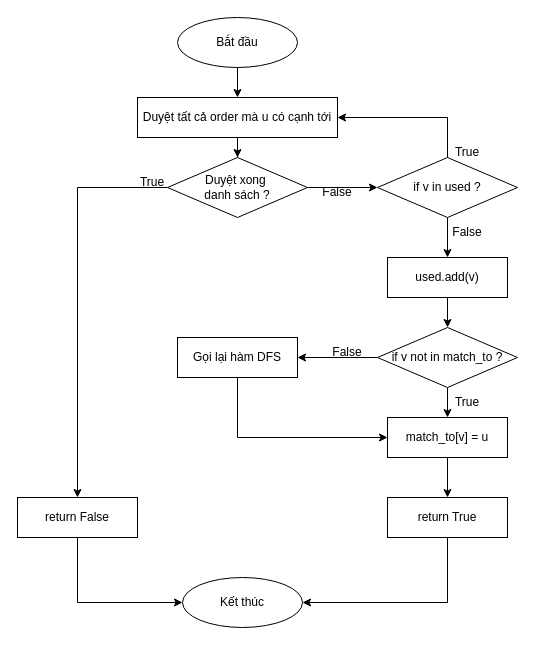
Above: page "Page-2" (2 of 2) of DFS.drawio in 106210049/OOP_excercise (draw.io), before the change. Source tidied: cells renumbered, new cells numbered last; positions are measured from the earlier drawing's top-left corner, leaving out a move shared by most shapes. Both pictures are drawn from the tidied source at 100%, with x=0, y=0 at pixel (17, 17).
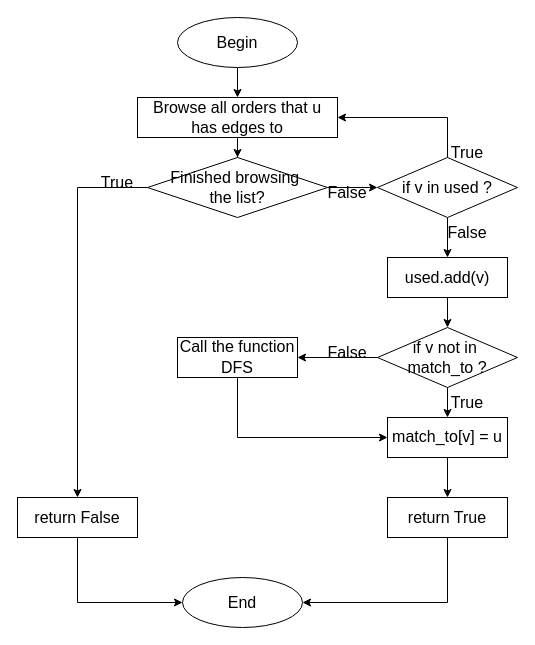
Above is the later version.

What changed in the source:
```diff
@@
-    <mxCell id="2" style="edgeStyle=orthogonalEdgeStyle;rounded=0;jettySize=auto;html=1;" parent="1" edge="1" source="3" target="5">
+    <mxCell id="2" style="edgeStyle=orthogonalEdgeStyle;rounded=0;jettySize=auto;html=1;fontSize=16;" parent="1" edge="1" source="3" target="5">
       <mxGeometry relative="1" as="geometry" />
     </mxCell>
-    <mxCell id="3" value="Bắt đầu" style="ellipse;whiteSpace=wrap;html=1;" parent="1" vertex="1">
+    <mxCell id="3" value="Begin" style="ellipse;whiteSpace=wrap;html=1;fontSize=16;" parent="1" vertex="1">
       <mxGeometry x="160" width="120" height="50" as="geometry" />
     </mxCell>
-    <mxCell id="4" style="edgeStyle=orthogonalEdgeStyle;rounded=0;jettySize=auto;html=1;" parent="1" edge="1" source="5" target="8">
+    <mxCell id="4" style="edgeStyle=orthogonalEdgeStyle;rounded=0;jettySize=auto;html=1;fontSize=16;" parent="1" edge="1" source="5" target="8">
       <mxGeometry relative="1" as="geometry" />
     </mxCell>
-    <mxCell id="5" value="Duyệt tất cả order mà &lt;code&gt;u&lt;/code&gt; có cạnh tới" style="rounded=0;whiteSpace=wrap;html=1;" parent="1" vertex="1">
+    <mxCell id="5" value="Browse all orders that u has edges to" style="rounded=0;whiteSpace=wrap;html=1;fontSize=16;" parent="1" vertex="1">
       <mxGeometry x="120" y="80" width="200" height="40" as="geometry" />
     </mxCell>
-    <mxCell id="6" style="edgeStyle=orthogonalEdgeStyle;rounded=0;jettySize=auto;html=1;exitX=1;exitY=0.5;exitDx=0;exitDy=0;entryX=0;entryY=0.5;entryDx=0;entryDy=0;" parent="1" edge="1" source="8" target="11">
+    <mxCell id="6" style="edgeStyle=orthogonalEdgeStyle;rounded=0;jettySize=auto;html=1;exitX=1;exitY=0.5;exitDx=0;exitDy=0;entryX=0;entryY=0.5;entryDx=0;entryDy=0;fontSize=16;" parent="1" edge="1" source="8" target="11">
       <mxGeometry relative="1" as="geometry" />
     </mxCell>
-    <mxCell id="7" style="edgeStyle=orthogonalEdgeStyle;rounded=0;jettySize=auto;html=1;exitX=0;exitY=0.5;exitDx=0;exitDy=0;entryX=0.5;entryY=0;entryDx=0;entryDy=0;" parent="1" edge="1" source="8" target="24">
+    <mxCell id="7" style="edgeStyle=orthogonalEdgeStyle;rounded=0;jettySize=auto;html=1;exitX=0;exitY=0.5;exitDx=0;exitDy=0;entryX=0.5;entryY=0;entryDx=0;entryDy=0;fontSize=16;" parent="1" edge="1" source="8" target="24">
       <mxGeometry relative="1" as="geometry" />
     </mxCell>
-    <mxCell id="8" value="Duyệt xong&amp;nbsp;&lt;div&gt;danh sách ?&lt;/div&gt;" style="rhombus;whiteSpace=wrap;html=1;" parent="1" vertex="1">
-      <mxGeometry x="150" y="140" width="140" height="60" as="geometry" />
+    <mxCell id="8" value="Finished browsing&amp;nbsp;&lt;div&gt;the list?&lt;/div&gt;" style="rhombus;whiteSpace=wrap;html=1;fontSize=16;" parent="1" vertex="1">
+      <mxGeometry x="130" y="140" width="180" height="60" as="geometry" />
     </mxCell>
-    <mxCell id="9" style="edgeStyle=orthogonalEdgeStyle;rounded=0;jettySize=auto;html=1;exitX=0.5;exitY=0;exitDx=0;exitDy=0;entryX=1;entryY=0.5;entryDx=0;entryDy=0;" parent="1" edge="1" source="11" target="5">
+    <mxCell id="9" style="edgeStyle=orthogonalEdgeStyle;rounded=0;jettySize=auto;html=1;exitX=0.5;exitY=0;exitDx=0;exitDy=0;entryX=1;entryY=0.5;entryDx=0;entryDy=0;fontSize=16;" parent="1" edge="1" source="11" target="5">
       <mxGeometry relative="1" as="geometry" />
     </mxCell>
-    <mxCell id="10" style="edgeStyle=orthogonalEdgeStyle;rounded=0;jettySize=auto;html=1;" parent="1" edge="1" source="11" target="13">
+    <mxCell id="10" style="edgeStyle=orthogonalEdgeStyle;rounded=0;jettySize=auto;html=1;fontSize=16;" parent="1" edge="1" source="11" target="13">
       <mxGeometry relative="1" as="geometry" />
     </mxCell>
-    <mxCell id="11" value="if v in used ?" style="rhombus;whiteSpace=wrap;html=1;" parent="1" vertex="1">
+    <mxCell id="11" value="if v in used ?" style="rhombus;whiteSpace=wrap;html=1;fontSize=16;" parent="1" vertex="1">
       <mxGeometry x="360" y="140" width="140" height="60" as="geometry" />
     </mxCell>
-    <mxCell id="12" style="edgeStyle=orthogonalEdgeStyle;rounded=0;jettySize=auto;html=1;" parent="1" edge="1" source="13" target="16">
+    <mxCell id="12" style="edgeStyle=orthogonalEdgeStyle;rounded=0;jettySize=auto;html=1;fontSize=16;" parent="1" edge="1" source="13" target="16">
       <mxGeometry relative="1" as="geometry" />
     </mxCell>
-    <mxCell id="13" value="used.add(v)" style="rounded=0;whiteSpace=wrap;html=1;" parent="1" vertex="1">
+    <mxCell id="13" value="used.add(v)" style="rounded=0;whiteSpace=wrap;html=1;fontSize=16;" parent="1" vertex="1">
       <mxGeometry x="370" y="240" width="120" height="40" as="geometry" />
     </mxCell>
-    <mxCell id="14" style="edgeStyle=orthogonalEdgeStyle;rounded=0;jettySize=auto;html=1;" parent="1" edge="1" source="16" target="18">
+    <mxCell id="14" style="edgeStyle=orthogonalEdgeStyle;rounded=0;jettySize=auto;html=1;fontSize=16;" parent="1" edge="1" source="16" target="18">
       <mxGeometry relative="1" as="geometry" />
     </mxCell>
-    <mxCell id="15" style="edgeStyle=orthogonalEdgeStyle;rounded=0;jettySize=auto;html=1;" parent="1" edge="1" source="16" target="20">
+    <mxCell id="15" style="edgeStyle=orthogonalEdgeStyle;rounded=0;jettySize=auto;html=1;fontSize=16;" parent="1" edge="1" source="16" target="20">
       <mxGeometry relative="1" as="geometry" />
     </mxCell>
-    <mxCell id="16" value="if v not in match_to ?" style="rhombus;whiteSpace=wrap;html=1;" parent="1" vertex="1">
+    <mxCell id="16" value="if v not in&amp;nbsp;&lt;div&gt;match_to ?&lt;/div&gt;" style="rhombus;whiteSpace=wrap;html=1;fontSize=16;" parent="1" vertex="1">
       <mxGeometry x="360" y="310" width="140" height="60" as="geometry" />
     </mxCell>
-    <mxCell id="17" style="edgeStyle=orthogonalEdgeStyle;rounded=0;jettySize=auto;html=1;" parent="1" edge="1" source="18" target="22">
+    <mxCell id="17" style="edgeStyle=orthogonalEdgeStyle;rounded=0;jettySize=auto;html=1;fontSize=16;" parent="1" edge="1" source="18" target="22">
       <mxGeometry relative="1" as="geometry" />
     </mxCell>
-    <mxCell id="18" value="&lt;div style=&quot;font-family: Consolas, &amp;quot;Courier New&amp;quot;, monospace; font-size: 14px; line-height: 19px; white-space: pre;&quot;&gt;&lt;span style=&quot;font-family: Helvetica; font-size: 12px; white-space: normal; background-color: rgb(255, 255, 255);&quot;&gt;match_to[v] = u&lt;/span&gt;&lt;/div&gt;" style="rounded=0;whiteSpace=wrap;html=1;" parent="1" vertex="1">
+    <mxCell id="18" value="&lt;div style=&quot;font-family: Consolas, &amp;quot;Courier New&amp;quot;, monospace; line-height: 19px; white-space: pre;&quot;&gt;&lt;span style=&quot;font-family: Helvetica; white-space: normal; background-color: rgb(255, 255, 255);&quot;&gt;match_to[v] = u&lt;/span&gt;&lt;/div&gt;" style="rounded=0;whiteSpace=wrap;html=1;fontSize=16;" parent="1" vertex="1">
       <mxGeometry x="370" y="400" width="120" height="40" as="geometry" />
     </mxCell>
-    <mxCell id="19" style="edgeStyle=orthogonalEdgeStyle;rounded=0;jettySize=auto;html=1;exitX=0.5;exitY=1;exitDx=0;exitDy=0;entryX=0;entryY=0.5;entryDx=0;entryDy=0;" parent="1" edge="1" source="20" target="18">
+    <mxCell id="19" style="edgeStyle=orthogonalEdgeStyle;rounded=0;jettySize=auto;html=1;exitX=0.5;exitY=1;exitDx=0;exitDy=0;entryX=0;entryY=0.5;entryDx=0;entryDy=0;fontSize=16;" parent="1" edge="1" source="20" target="18">
       <mxGeometry relative="1" as="geometry" />
     </mxCell>
-    <mxCell id="20" value="&lt;div style=&quot;font-family: Consolas, &amp;quot;Courier New&amp;quot;, monospace; font-size: 14px; line-height: 19px; white-space: pre;&quot;&gt;&lt;span style=&quot;font-family: Helvetica; font-size: 12px; white-space: normal; background-color: rgb(255, 255, 255);&quot;&gt;Gọi lại hàm DFS&lt;/span&gt;&lt;/div&gt;" style="rounded=0;whiteSpace=wrap;html=1;" parent="1" vertex="1">
+    <mxCell id="20" value="&lt;div style=&quot;font-family: Consolas, &amp;quot;Courier New&amp;quot;, monospace; line-height: 19px; white-space: pre;&quot;&gt;&lt;span style=&quot;font-family: Helvetica; white-space: normal; background-color: rgb(255, 255, 255);&quot;&gt;Call the function DFS&lt;/span&gt;&lt;/div&gt;" style="rounded=0;whiteSpace=wrap;html=1;fontSize=16;" parent="1" vertex="1">
       <mxGeometry x="160" y="320" width="120" height="40" as="geometry" />
     </mxCell>
-    <mxCell id="21" style="edgeStyle=orthogonalEdgeStyle;rounded=0;jettySize=auto;html=1;entryX=1;entryY=0.5;entryDx=0;entryDy=0;" parent="1" edge="1" source="22" target="25">
+    <mxCell id="21" style="edgeStyle=orthogonalEdgeStyle;rounded=0;jettySize=auto;html=1;entryX=1;entryY=0.5;entryDx=0;entryDy=0;fontSize=16;" parent="1" edge="1" source="22" target="25">
       <mxGeometry relative="1" as="geometry">
         <Array as="points">
           <mxPoint x="430" y="585" />
         </Array>
       </mxGeometry>
     </mxCell>
-    <mxCell id="22" value="&lt;div style=&quot;line-height: 19px;&quot;&gt;&lt;span style=&quot;background-color: rgb(255, 255, 255);&quot;&gt;return True&lt;/span&gt;&lt;/div&gt;" style="rounded=0;whiteSpace=wrap;html=1;" parent="1" vertex="1">
+    <mxCell id="22" value="&lt;div style=&quot;line-height: 19px;&quot;&gt;&lt;span style=&quot;background-color: rgb(255, 255, 255);&quot;&gt;return True&lt;/span&gt;&lt;/div&gt;" style="rounded=0;whiteSpace=wrap;html=1;fontSize=16;" parent="1" vertex="1">
       <mxGeometry x="370" y="480" width="120" height="40" as="geometry" />
     </mxCell>
-    <mxCell id="23" style="edgeStyle=orthogonalEdgeStyle;rounded=0;jettySize=auto;html=1;entryX=0;entryY=0.5;entryDx=0;entryDy=0;" parent="1" edge="1" source="24" target="25">
+    <mxCell id="23" style="edgeStyle=orthogonalEdgeStyle;rounded=0;jettySize=auto;html=1;entryX=0;entryY=0.5;entryDx=0;entryDy=0;fontSize=16;" parent="1" edge="1" source="24" target="25">
       <mxGeometry relative="1" as="geometry">
         <Array as="points">
           <mxPoint x="60" y="585" />
         </Array>
       </mxGeometry>
     </mxCell>
-    <mxCell id="24" value="&lt;div style=&quot;line-height: 19px;&quot;&gt;&lt;span style=&quot;background-color: rgb(255, 255, 255);&quot;&gt;return False&lt;/span&gt;&lt;/div&gt;" style="rounded=0;whiteSpace=wrap;html=1;" parent="1" vertex="1">
+    <mxCell id="24" value="&lt;div style=&quot;line-height: 19px;&quot;&gt;&lt;span style=&quot;background-color: rgb(255, 255, 255);&quot;&gt;return False&lt;/span&gt;&lt;/div&gt;" style="rounded=0;whiteSpace=wrap;html=1;fontSize=16;" parent="1" vertex="1">
       <mxGeometry y="480" width="120" height="40" as="geometry" />
     </mxCell>
-    <mxCell id="25" value="Kết thúc" style="ellipse;whiteSpace=wrap;html=1;" parent="1" vertex="1">
+    <mxCell id="25" value="End" style="ellipse;whiteSpace=wrap;html=1;fontSize=16;" parent="1" vertex="1">
       <mxGeometry x="165" y="560" width="120" height="50" as="geometry" />
     </mxCell>
-    <mxCell id="26" value="True" style="text;strokeColor=none;align=center;fillColor=none;html=1;verticalAlign=middle;whiteSpace=wrap;rounded=0;" parent="1" vertex="1">
-      <mxGeometry x="105" y="150" width="60" height="30" as="geometry" />
+    <mxCell id="26" value="True" style="text;strokeColor=none;align=center;fillColor=none;html=1;verticalAlign=middle;whiteSpace=wrap;rounded=0;fontSize=16;" parent="1" vertex="1">
+      <mxGeometry x="70" y="150" width="60" height="30" as="geometry" />
     </mxCell>
-    <mxCell id="27" value="False" style="text;strokeColor=none;align=center;fillColor=none;html=1;verticalAlign=middle;whiteSpace=wrap;rounded=0;" parent="1" vertex="1">
-      <mxGeometry x="290" y="160" width="60" height="30" as="geometry" />
+    <mxCell id="27" value="False" style="text;strokeColor=none;align=center;fillColor=none;html=1;verticalAlign=middle;whiteSpace=wrap;rounded=0;fontSize=16;" parent="1" vertex="1">
+      <mxGeometry x="300" y="160" width="60" height="30" as="geometry" />
     </mxCell>
-    <mxCell id="28" value="False" style="text;strokeColor=none;align=center;fillColor=none;html=1;verticalAlign=middle;whiteSpace=wrap;rounded=0;" parent="1" vertex="1">
+    <mxCell id="28" value="False" style="text;strokeColor=none;align=center;fillColor=none;html=1;verticalAlign=middle;whiteSpace=wrap;rounded=0;fontSize=16;" parent="1" vertex="1">
       <mxGeometry x="420" y="200" width="60" height="30" as="geometry" />
     </mxCell>
-    <mxCell id="29" value="True" style="text;strokeColor=none;align=center;fillColor=none;html=1;verticalAlign=middle;whiteSpace=wrap;rounded=0;" parent="1" vertex="1">
+    <mxCell id="29" value="True" style="text;strokeColor=none;align=center;fillColor=none;html=1;verticalAlign=middle;whiteSpace=wrap;rounded=0;fontSize=16;" parent="1" vertex="1">
       <mxGeometry x="420" y="120" width="60" height="30" as="geometry" />
     </mxCell>
-    <mxCell id="30" value="False" style="text;strokeColor=none;align=center;fillColor=none;html=1;verticalAlign=middle;whiteSpace=wrap;rounded=0;" parent="1" vertex="1">
+    <mxCell id="30" value="False" style="text;strokeColor=none;align=center;fillColor=none;html=1;verticalAlign=middle;whiteSpace=wrap;rounded=0;fontSize=16;" parent="1" vertex="1">
       <mxGeometry x="300" y="320" width="60" height="30" as="geometry" />
     </mxCell>
-    <mxCell id="31" value="True" style="text;strokeColor=none;align=center;fillColor=none;html=1;verticalAlign=middle;whiteSpace=wrap;rounded=0;" parent="1" vertex="1">
+    <mxCell id="31" value="True" style="text;strokeColor=none;align=center;fillColor=none;html=1;verticalAlign=middle;whiteSpace=wrap;rounded=0;fontSize=16;" parent="1" vertex="1">
       <mxGeometry x="420" y="370" width="60" height="30" as="geometry" />
     </mxCell>
```
